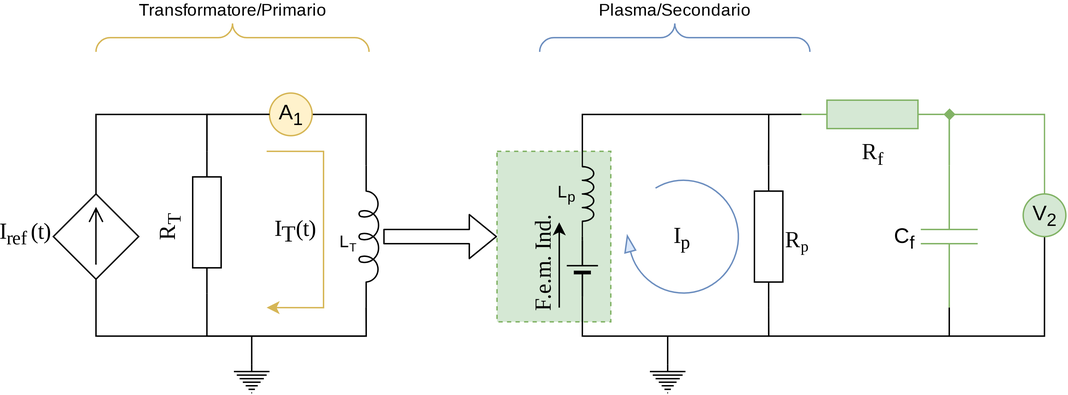
Earlier version of the draw.io export PresentazioneTesi/Pictures/Trasformatore/PlasmaCircuit-MisureCircuit-Current.drawio.png (Alfystar/fusionLab). Source tidied: cells renumbered, new cells last; positions are measured from the earlier drawing's top-left corner, leaving out a move shared by most shapes.
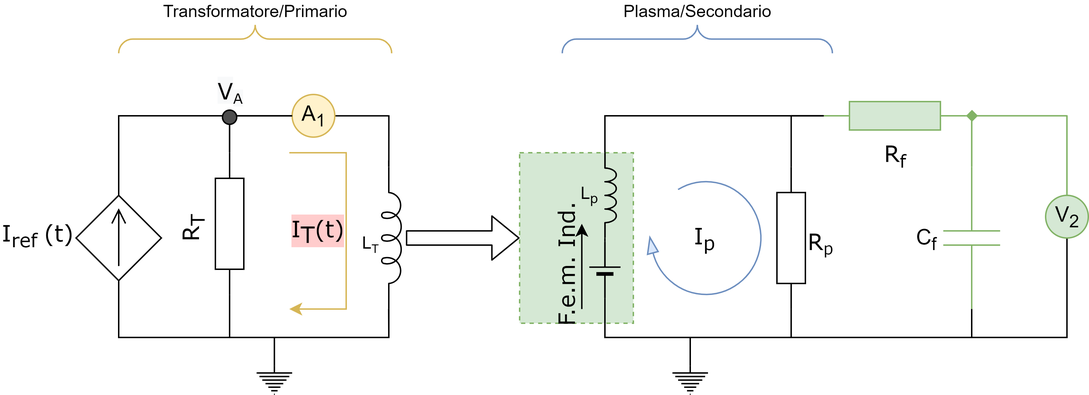
Above is the later version.

Change to the diagram source:
```diff
@@ -120,7 +120,7 @@
     <mxCell id="34" value="Plasma/Secondario" style="verticalLabelPosition=bottom;shadow=0;dashed=0;align=center;html=1;verticalAlign=bottom;strokeWidth=1;shape=mxgraph.mockup.markup.curlyBrace;strokeColor=#6c8ebf;spacingTop=0;spacingLeft=0;spacingBottom=40;fillColor=#dae8fc;" parent="1" vertex="1">
       <mxGeometry x="342" width="190" height="20" as="geometry" />
     </mxCell>
-    <mxCell id="35" value="I&lt;sub&gt;ref&amp;nbsp;&lt;/sub&gt;(t)" style="verticalLabelPosition=bottom;shadow=0;dashed=0;align=center;html=1;verticalAlign=top;shape=mxgraph.electrical.signal_sources.source;points=[[0.5,0,0],[1,0.5,0],[0.5,1,0],[0,0.5,0]];elSignalType=dc2;elSourceType=dependent;direction=west;horizontal=1;spacingLeft=-100;spacingBottom=0;spacingTop=-50;fontSize=16;fontFamily=Verdana;" parent="1" vertex="1">
+    <mxCell id="35" value="I&lt;sub&gt;ref&amp;nbsp;&lt;/sub&gt;(t)" style="verticalLabelPosition=bottom;shadow=0;dashed=0;align=center;html=1;verticalAlign=top;shape=mxgraph.electrical.signal_sources.source;points=[[0.5,0,0],[1,0.5,0],[0.5,1,0],[0,0.5,0]];elSignalType=dc2;elSourceType=dependent;direction=west;horizontal=1;spacingLeft=-115;spacingBottom=0;spacingTop=-50;fontSize=16;fontFamily=Verdana;" parent="1" vertex="1">
       <mxGeometry y="120" width="60" height="60" as="geometry" />
     </mxCell>
     <mxCell id="36" style="group;rotation=0;" parent="1" vertex="1">
@@ -153,10 +153,19 @@
         </Array>
       </mxGeometry>
     </mxCell>
-    <mxCell id="42" value="&lt;span style=&quot;color: rgb(0 , 0 , 0) ; font-family: &amp;#34;verdana&amp;#34; ; font-size: 16px ; font-style: normal ; font-weight: 400 ; letter-spacing: normal ; text-align: center ; text-indent: 0px ; text-transform: none ; word-spacing: 0px ; background-color: rgb(255 , 255 , 255) ; display: inline ; float: none&quot;&gt;I&lt;/span&gt;&lt;font style=&quot;color: rgb(0 , 0 , 0) ; font-family: &amp;#34;verdana&amp;#34; ; font-size: 16px ; font-style: normal ; font-weight: 400 ; letter-spacing: normal ; text-align: center ; text-indent: 0px ; text-transform: none ; word-spacing: 0px&quot;&gt;&lt;sub style=&quot;font-size: 16px&quot;&gt;T&lt;/sub&gt;&lt;/font&gt;&lt;span style=&quot;font-family: &amp;#34;verdana&amp;#34;&quot;&gt;(t)&lt;/span&gt;" style="edgeLabel;html=1;align=center;verticalAlign=middle;fontFamily=Verdana;fontSize=16;" parent="41" vertex="1">
+    <mxCell id="42" value="&lt;span style=&quot;color: rgb(0, 0, 0); font-family: verdana; font-size: 16px; font-style: normal; font-weight: 400; letter-spacing: normal; text-align: center; text-indent: 0px; text-transform: none; word-spacing: 0px; display: inline; float: none;&quot;&gt;I&lt;/span&gt;&lt;font style=&quot;color: rgb(0 , 0 , 0) ; font-family: &amp;quot;verdana&amp;quot; ; font-size: 16px ; font-style: normal ; font-weight: 400 ; letter-spacing: normal ; text-align: center ; text-indent: 0px ; text-transform: none ; word-spacing: 0px&quot;&gt;&lt;sub style=&quot;font-size: 16px&quot;&gt;T&lt;/sub&gt;&lt;/font&gt;&lt;span style=&quot;font-family: &amp;quot;verdana&amp;quot;&quot;&gt;(t)&lt;/span&gt;" style="edgeLabel;html=1;align=center;verticalAlign=middle;fontFamily=Verdana;fontSize=16;labelBackgroundColor=#FFCCCC;" parent="41" vertex="1">
       <mxGeometry relative="1" as="geometry">
         <mxPoint x="-20" as="offset" />
       </mxGeometry>
     </mxCell>
+    <mxCell id="43" style="group;" parent="1" vertex="1">
+      <mxGeometry x="98" y="30" width="20" height="40" as="geometry" />
+    </mxCell>
+    <mxCell id="44" style="ellipse;whiteSpace=wrap;html=1;fillColor=#4D4D4D;" parent="43" vertex="1">
+      <mxGeometry x="5" y="30" width="10" height="10" as="geometry" />
+    </mxCell>
+    <mxCell id="45" value="&lt;span style=&quot;color: rgb(0, 0, 0); font-family: verdana; font-size: 16px; font-style: normal; font-weight: 400; letter-spacing: normal; text-align: left; text-indent: 0px; text-transform: none; word-spacing: 0px; background-color: rgb(248, 249, 250); display: inline; float: none;&quot;&gt;V&lt;/span&gt;&lt;sub style=&quot;color: rgb(0, 0, 0); font-family: verdana; font-style: normal; font-weight: 400; letter-spacing: normal; text-align: left; text-indent: 0px; text-transform: none; word-spacing: 0px; background-color: rgb(248, 249, 250);&quot;&gt;A&lt;/sub&gt;" style="text;whiteSpace=wrap;html=1;" parent="43" vertex="1">
+      <mxGeometry width="20" height="20" as="geometry" />
+    </mxCell>
   </root>
 </mxGraphModel>
```
